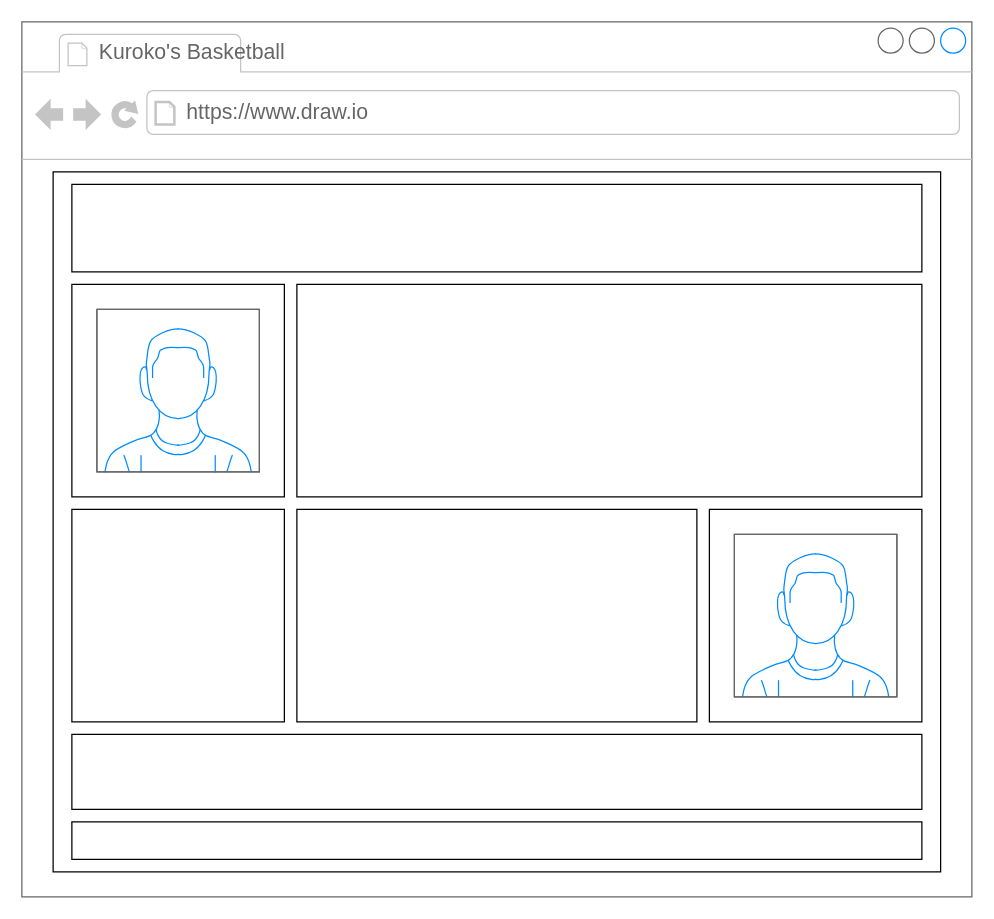
The draw.io diagram wire frame.drawio in ASDAH-Digtal/18734-noah-aan, before the edit. Source tidied: cells renumbered, new cells numbered last; positions are measured from the earlier drawing's top-left corner, leaving out a move shared by most shapes. Both pictures are drawn from the tidied source at 125%, with x=0, y=0 at pixel (21, 21).
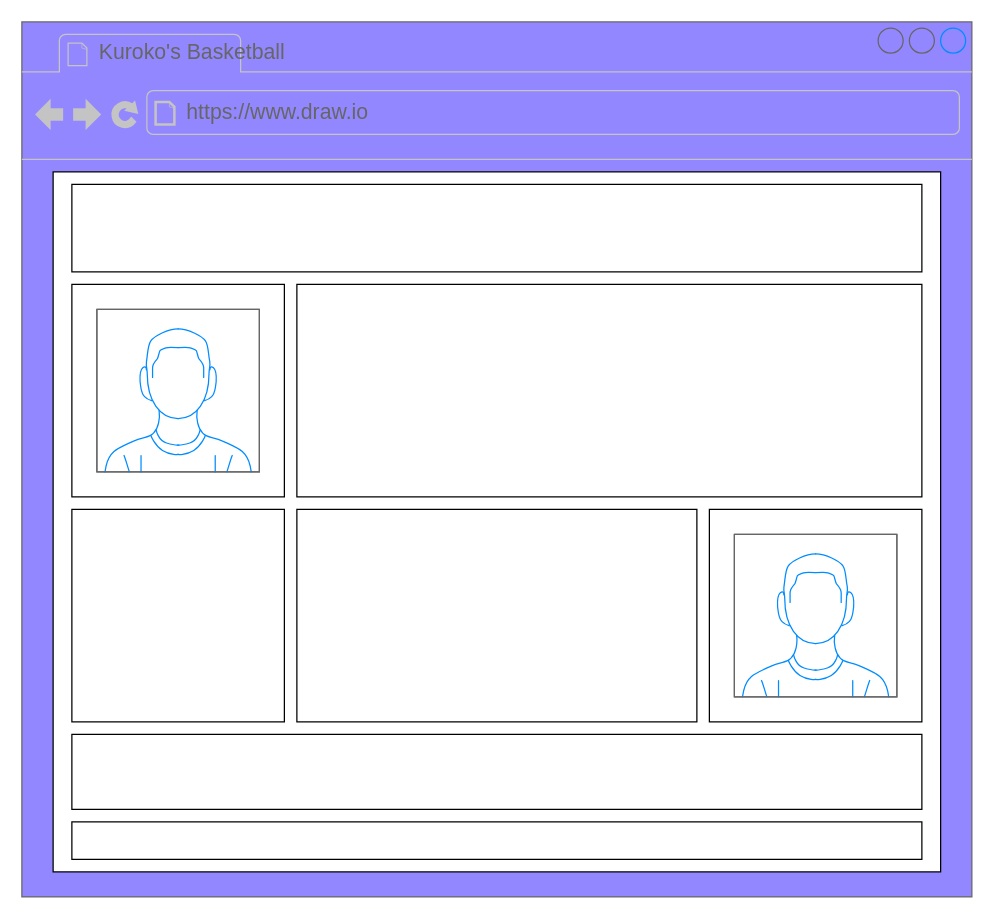
After the change.

What changed in the source:
```diff
@@
 <mxGraphModel>
   <root>
     <mxCell id="0" />
     <mxCell id="1" parent="0" />
-    <mxCell id="2" style="strokeWidth=1;shadow=0;dashed=0;align=center;html=1;shape=mxgraph.mockup.containers.browserWindow;rSize=0;strokeColor=#666666;strokeColor2=#008cff;strokeColor3=#c4c4c4;mainText=,;" parent="1" vertex="1">
+    <mxCell id="2" style="strokeWidth=1;shadow=0;dashed=0;align=center;html=1;shape=mxgraph.mockup.containers.browserWindow;rSize=0;strokeColor=#666666;strokeColor2=#008cff;strokeColor3=#c4c4c4;mainText=,;fillColor=#9387FF;" parent="1" vertex="1">
       <mxGeometry width="760" height="700" as="geometry" />
     </mxCell>
     <mxCell id="3" value="Kuroko's Basketball" style="strokeWidth=1;shadow=0;dashed=0;align=center;html=1;shape=mxgraph.mockup.containers.anchor;fontSize=17;fontColor=#666666;align=left;" parent="2" vertex="1">
       <mxGeometry x="60" y="12" width="110" height="26" as="geometry" />
     </mxCell>
     <mxCell id="4" value="https://www.draw.io" style="strokeWidth=1;shadow=0;dashed=0;align=center;html=1;shape=mxgraph.mockup.containers.anchor;rSize=0;fontSize=17;fontColor=#666666;align=left;" parent="2" vertex="1">
       <mxGeometry x="130" y="60" width="250" height="26" as="geometry" />
     </mxCell>
     <mxCell id="5" style="rounded=0;whiteSpace=wrap;html=1;" parent="2" vertex="1">
       <mxGeometry x="25" y="120" width="710" height="560" as="geometry" />
     </mxCell>
     <mxCell id="6" style="rounded=0;whiteSpace=wrap;html=1;" parent="2" vertex="1">
       <mxGeometry x="40" y="130" width="680" height="70" as="geometry" />
     </mxCell>
     <mxCell id="7" style="whiteSpace=wrap;html=1;" parent="2" vertex="1">
       <mxGeometry x="40" y="210" width="170" height="170" as="geometry" />
     </mxCell>
     <mxCell id="8" style="whiteSpace=wrap;html=1;" parent="2" vertex="1">
       <mxGeometry x="40" y="390" width="170" height="170" as="geometry" />
     </mxCell>
     <mxCell id="9" style="rounded=0;whiteSpace=wrap;html=1;" parent="2" vertex="1">
       <mxGeometry x="40" y="570" width="680" height="60" as="geometry" />
     </mxCell>
     <mxCell id="10" style="rounded=0;whiteSpace=wrap;html=1;" parent="2" vertex="1">
       <mxGeometry x="220" y="210" width="500" height="170" as="geometry" />
     </mxCell>
     <mxCell id="11" style="rounded=0;whiteSpace=wrap;html=1;" parent="2" vertex="1">
       <mxGeometry x="40" y="640" width="680" height="30" as="geometry" />
     </mxCell>
     <mxCell id="12" style="rounded=0;whiteSpace=wrap;html=1;" parent="2" vertex="1">
       <mxGeometry x="220" y="390" width="320" height="170" as="geometry" />
     </mxCell>
     <mxCell id="13" style="whiteSpace=wrap;html=1;" parent="2" vertex="1">
       <mxGeometry x="550" y="390" width="170" height="170" as="geometry" />
     </mxCell>
     <mxCell id="14" style="verticalLabelPosition=bottom;shadow=0;dashed=0;align=center;html=1;verticalAlign=top;strokeWidth=1;shape=mxgraph.mockup.containers.userMale;strokeColor=#666666;strokeColor2=#008cff;" parent="2" vertex="1">
       <mxGeometry x="60" y="230" width="130" height="130" as="geometry" />
     </mxCell>
     <mxCell id="15" style="verticalLabelPosition=bottom;shadow=0;dashed=0;align=center;html=1;verticalAlign=top;strokeWidth=1;shape=mxgraph.mockup.containers.userMale;strokeColor=#666666;strokeColor2=#008cff;" parent="2" vertex="1">
       <mxGeometry x="570" y="410" width="130" height="130" as="geometry" />
     </mxCell>
   </root>
 </mxGraphModel>
```
